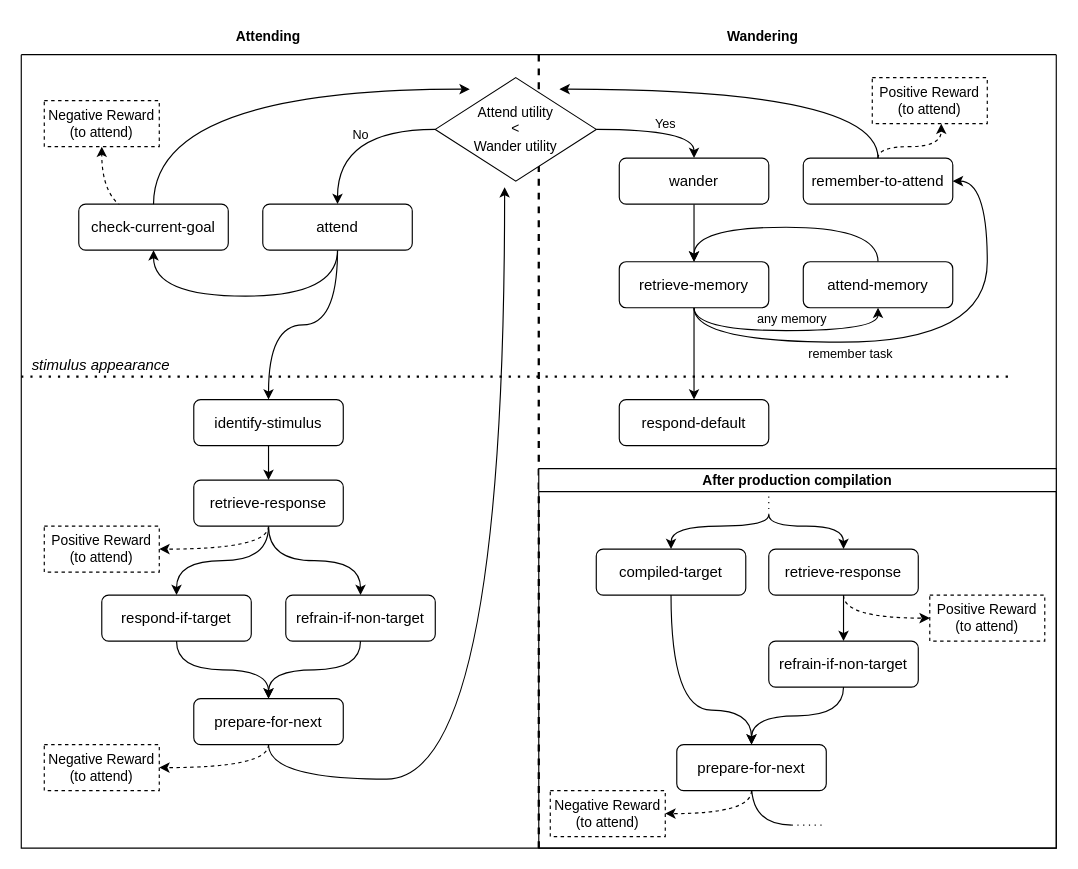
Above: Graph.drawio in joshbruegger/CognitiveModellingPractical2022 (draw.io), before the change. Source tidied: cells renumbered, new cells numbered last; positions are measured from the earlier drawing's top-left corner, leaving out a move shared by most shapes. Both pictures are drawn from the tidied source at 115%, with x=0, y=0 at pixel (21, 20).
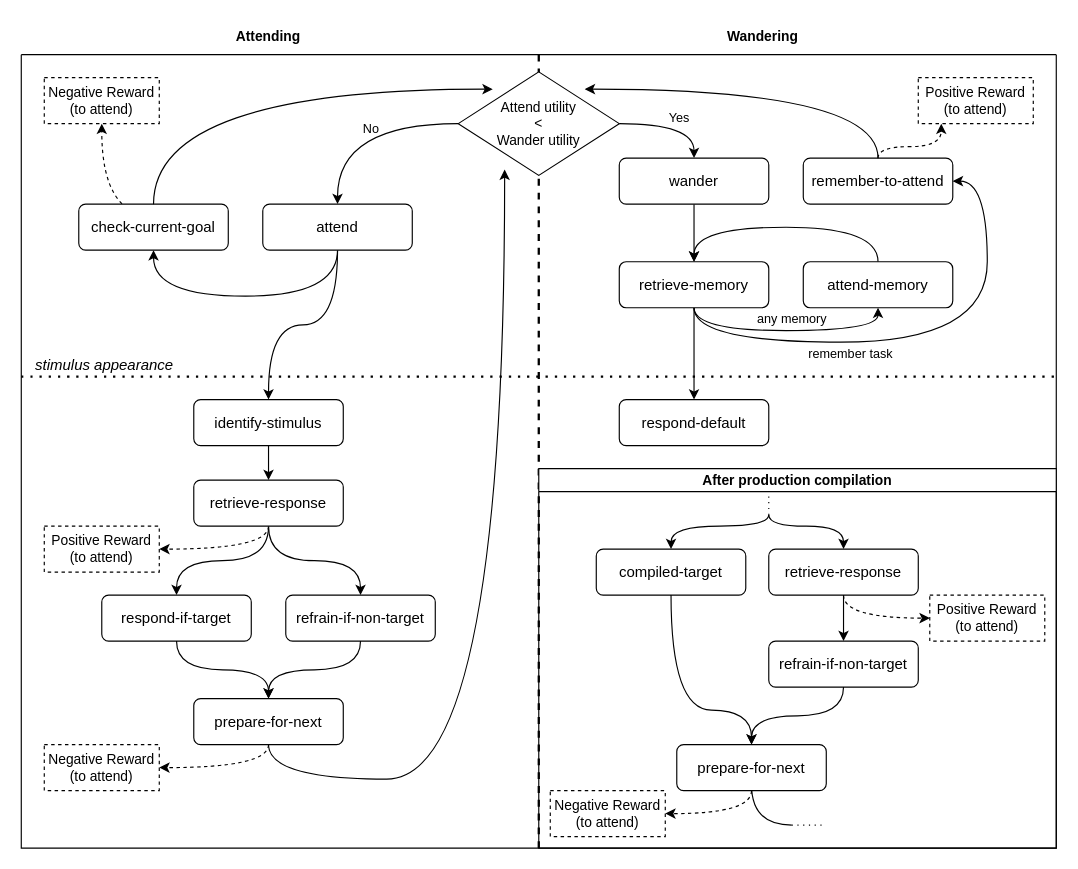
The same page after the edit.

Unchanged cells that the change refers to:
```xml
<mxCell id="3" style="swimlane;startSize=0;fontSize=13;" parent="1" vertex="1">
  <mxGeometry y="30" width="900" height="690" as="geometry" />
</mxCell>
<mxCell id="10" value="&lt;font style=&quot;font-size: 13px&quot;&gt;wander&lt;/font&gt;" style="rounded=1;whiteSpace=wrap;html=1;" parent="3" vertex="1">
  <mxGeometry x="520" y="90" width="130" height="40" as="geometry" />
</mxCell>
<mxCell id="16" value="&lt;font style=&quot;font-size: 13px&quot;&gt;remember-to-attend&lt;/font&gt;" style="rounded=1;whiteSpace=wrap;html=1;" parent="3" vertex="1">
  <mxGeometry x="680" y="90" width="130" height="40" as="geometry" />
</mxCell>
<mxCell id="21" value="&lt;span style=&quot;font-size: 13px&quot;&gt;check-current-goal&lt;/span&gt;" style="rounded=1;whiteSpace=wrap;html=1;" parent="3" vertex="1">
  <mxGeometry x="50" y="130" width="130" height="40" as="geometry" />
</mxCell>
<mxCell id="39" value="&lt;span style=&quot;font-size: 13px&quot;&gt;prepare-for-next&lt;br&gt;&lt;/span&gt;" style="rounded=1;whiteSpace=wrap;html=1;" parent="3" vertex="1">
  <mxGeometry x="150" y="560" width="130" height="40" as="geometry" />
</mxCell>
```

What changed in the source:
```diff
@@
-    <mxCell id="4" value="Yes" style="edgeStyle=orthogonalEdgeStyle;curved=1;html=1;entryX=0.5;entryY=0;entryDx=0;entryDy=0;labelBackgroundColor=none;" parent="3" edge="1" source="6" target="10">
+    <mxCell id="4" value="Yes" style="edgeStyle=orthogonalEdgeStyle;curved=1;html=1;entryX=0.5;entryY=0;entryDx=0;entryDy=0;labelBackgroundColor=none;exitX=1;exitY=0.5;exitDx=0;exitDy=0;" parent="3" edge="1" source="6" target="10">
       <mxGeometry x="0.09" y="5" relative="1" as="geometry" />
     </mxCell>
@@
     <mxCell id="6" value="&lt;font style=&quot;font-size: 12px&quot;&gt;Attend utility&lt;br&gt;&amp;lt;&lt;br&gt;Wander utility&lt;br&gt;&lt;/font&gt;" style="rhombus;whiteSpace=wrap;html=1;fillColor=default;" parent="3" vertex="1">
-      <mxGeometry x="360" y="20" width="140" height="90" as="geometry" />
+      <mxGeometry x="380" y="15" width="140" height="90" as="geometry" />
     </mxCell>
     <mxCell id="7" value="stimulus appearance" style="endArrow=none;dashed=1;html=1;dashPattern=1 3;strokeWidth=2;rounded=0;curved=1;fontStyle=2;spacingLeft=17;labelBackgroundColor=none;fontSize=13;" parent="3" edge="1">
       <mxGeometry x="-0.86" y="10" relative="1" as="geometry">
         <mxPoint y="280" as="sourcePoint" />
-        <mxPoint x="860" y="280" as="targetPoint" />
+        <mxPoint x="900" y="280" as="targetPoint" />
       </mxGeometry>
     </mxCell>
     <mxCell id="8" value="Negative Reward&lt;br&gt;(to attend)" style="rounded=0;whiteSpace=wrap;html=1;dashed=1;" parent="3" vertex="1">
-      <mxGeometry x="20" y="40" width="100" height="40" as="geometry" />
+      <mxGeometry x="20" y="20" width="100" height="40" as="geometry" />
     </mxCell>
@@
     <mxCell id="25" value="Positive Reward&lt;br&gt;(to attend)" style="rounded=0;whiteSpace=wrap;html=1;dashed=1;" parent="3" vertex="1">
-      <mxGeometry x="740" y="20" width="100" height="40" as="geometry" />
+      <mxGeometry x="780" y="20" width="100" height="40" as="geometry" />
     </mxCell>
@@
-    <mxCell id="37" style="edgeStyle=orthogonalEdgeStyle;curved=1;html=1;exitX=0.5;exitY=1;exitDx=0;exitDy=0;labelBackgroundColor=none;entryX=0.467;entryY=0.167;entryDx=0;entryDy=0;entryPerimeter=0;" parent="3" edge="1" source="39" target="3">
+    <mxCell id="37" style="edgeStyle=orthogonalEdgeStyle;curved=1;html=1;exitX=0.5;exitY=1;exitDx=0;exitDy=0;labelBackgroundColor=none;entryX=0.288;entryY=0.944;entryDx=0;entryDy=0;entryPerimeter=0;" parent="3" edge="1" source="39" target="6">
       <mxGeometry relative="1" as="geometry">
         <Array as="points">
           <mxPoint x="215" y="630" />
           <mxPoint x="420" y="630" />
         </Array>
       </mxGeometry>
     </mxCell>
@@
+    <mxCell id="59" style="edgeStyle=orthogonalEdgeStyle;curved=1;html=1;labelBackgroundColor=none;entryX=0.214;entryY=0.167;entryDx=0;entryDy=0;entryPerimeter=0;" parent="3" edge="1" source="21" target="6">
+      <mxGeometry relative="1" as="geometry">
+        <Array as="points">
+          <mxPoint x="115" y="30" />
+        </Array>
+      </mxGeometry>
+    </mxCell>
@@
-    <mxCell id="59" style="edgeStyle=orthogonalEdgeStyle;curved=1;html=1;labelBackgroundColor=none;" parent="1" edge="1" source="21">
-      <mxGeometry relative="1" as="geometry">
-        <mxPoint x="390" y="60" as="targetPoint" />
-        <Array as="points">
-          <mxPoint x="115" y="60" />
-        </Array>
-      </mxGeometry>
-    </mxCell>
@@
     <mxCell id="61" style="edgeStyle=orthogonalEdgeStyle;curved=1;html=1;exitX=0.5;exitY=0;exitDx=0;exitDy=0;" parent="1" edge="1" source="16">
       <mxGeometry relative="1" as="geometry">
-        <mxPoint x="468" y="60" as="targetPoint" />
+        <mxPoint x="490" y="60" as="targetPoint" />
         <Array as="points">
           <mxPoint x="745" y="60" />
         </Array>
       </mxGeometry>
     </mxCell>
```
